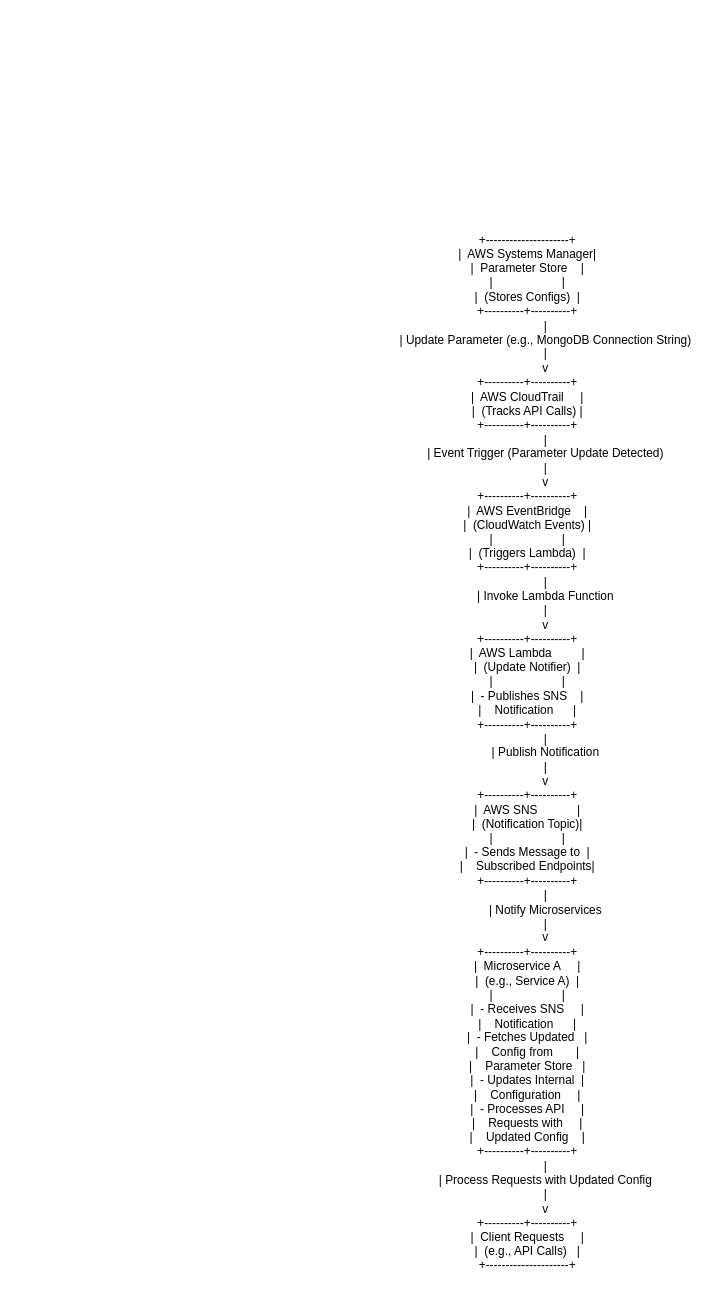
Before: Untitled Diagram.drawio in BikramJagdev/BikramJagdev, a draw.io diagram. Source tidied: cells renumbered, new cells numbered last; positions are measured from the earlier drawing's top-left corner, leaving out a move shared by most shapes. Both pictures are drawn from the tidied source at 99%, with x=0, y=0 at pixel (353, 228).
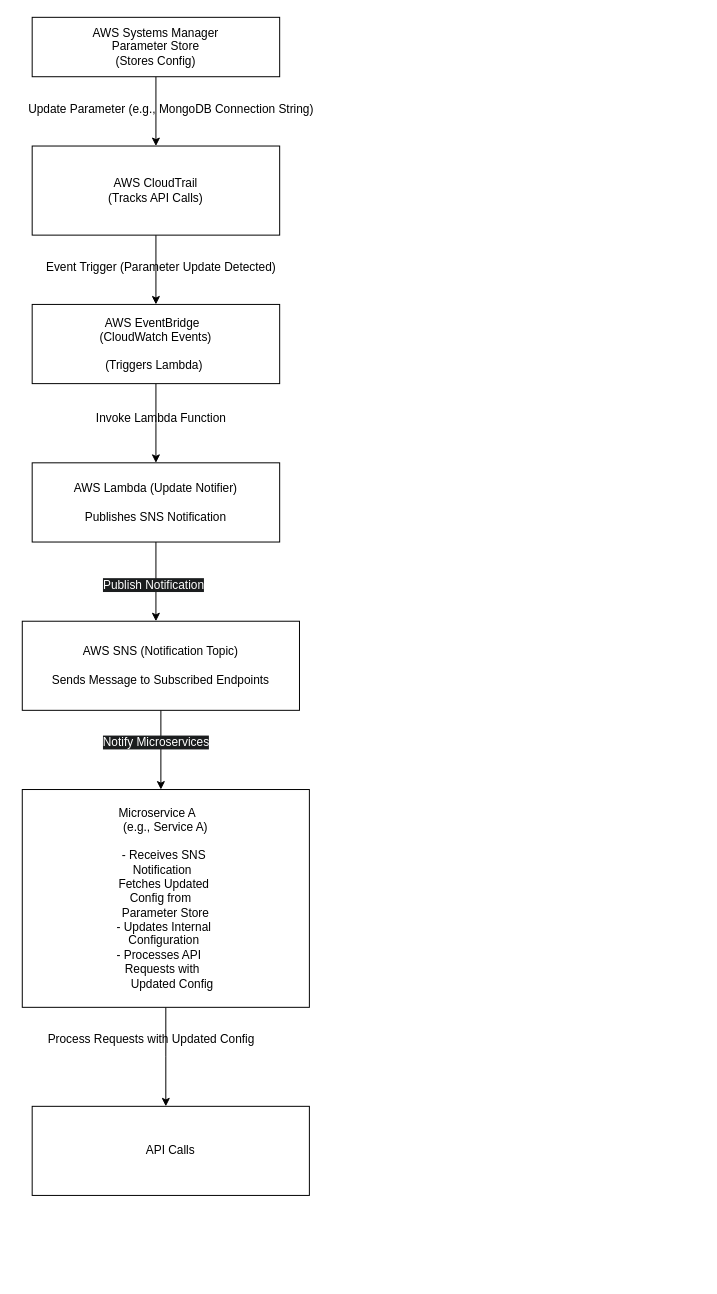
The same page after the edit.

The edit, as a diff of the source:
```diff
@@
-    <mxCell id="2" value="+---------------------+&#10;|  AWS Systems Manager|&#10;|  Parameter Store    |&#10;|                     |&#10;|  (Stores Configs)  |&#10;+----------+----------+&#10;           |&#10;           | Update Parameter (e.g., MongoDB Connection String)&#10;           |&#10;           v&#10;+----------+----------+&#10;|  AWS CloudTrail     |&#10;|  (Tracks API Calls) |&#10;+----------+----------+&#10;           |&#10;           | Event Trigger (Parameter Update Detected)&#10;           |&#10;           v&#10;+----------+----------+&#10;|  AWS EventBridge    |&#10;|  (CloudWatch Events) |&#10;|                     |&#10;|  (Triggers Lambda)  |&#10;+----------+----------+&#10;           |&#10;           | Invoke Lambda Function&#10;           |&#10;           v&#10;+----------+----------+&#10;|  AWS Lambda         |&#10;|  (Update Notifier)  |&#10;|                     |&#10;|  - Publishes SNS    |&#10;|    Notification      |&#10;+----------+----------+&#10;           |&#10;           | Publish Notification&#10;           |&#10;           v&#10;+----------+----------+&#10;|  AWS SNS            |&#10;|  (Notification Topic)|&#10;|                     |&#10;|  - Sends Message to  |&#10;|    Subscribed Endpoints|&#10;+----------+----------+&#10;           |&#10;           | Notify Microservices&#10;           |&#10;           v&#10;+----------+----------+&#10;|  Microservice A     |&#10;|  (e.g., Service A)  |&#10;|                     |&#10;|  - Receives SNS     |&#10;|    Notification      |&#10;|  - Fetches Updated   |&#10;|    Config from       |&#10;|    Parameter Store   |&#10;|  - Updates Internal  |&#10;|    Configuration     |&#10;|  - Processes API     |&#10;|    Requests with     |&#10;|    Updated Config    |&#10;+----------+----------+&#10;           |&#10;           | Process Requests with Updated Config&#10;           |&#10;           v&#10;+----------+----------+&#10;|  Client Requests     |&#10;|  (e.g., API Calls)   |&#10;+---------------------+" style="text;html=1;align=center;verticalAlign=middle;strokeColor=none;fillColor=none;" parent="1" vertex="1">
-      <mxGeometry width="350" height="1060" as="geometry" />
-    </mxCell>
+    <mxCell id="3" style="edgeStyle=orthogonalEdgeStyle;rounded=0;jettySize=auto;html=1;" parent="1" edge="1" source="4" target="6">
+      <mxGeometry relative="1" as="geometry" />
+    </mxCell>
+    <mxCell id="4" value="&lt;span style=&quot;text-wrap-mode: nowrap;&quot;&gt;AWS Systems Manager&lt;/span&gt;&lt;div&gt;&lt;span style=&quot;text-wrap-mode: nowrap;&quot;&gt;Parameter Store&lt;br&gt;(Stores Config)&lt;/span&gt;&lt;/div&gt;" style="rounded=0;whiteSpace=wrap;html=1;" parent="1" vertex="1">
+      <mxGeometry x="-325" y="-213" width="250" height="60" as="geometry" />
+    </mxCell>
+    <mxCell id="5" style="edgeStyle=orthogonalEdgeStyle;rounded=0;jettySize=auto;html=1;" parent="1" edge="1" source="6">
+      <mxGeometry relative="1" as="geometry">
+        <mxPoint x="-200" y="77" as="targetPoint" />
+      </mxGeometry>
+    </mxCell>
+    <mxCell id="6" value="AWS CloudTrail&lt;div&gt;(Tracks API Calls)&lt;/div&gt;" style="rounded=0;whiteSpace=wrap;html=1;" parent="1" vertex="1">
+      <mxGeometry x="-325" y="-83" width="250" height="90" as="geometry" />
+    </mxCell>
+    <mxCell id="7" value="Update Parameter (e.g., MongoDB Connection String)" style="text;html=1;align=center;verticalAlign=middle;strokeColor=none;fillColor=none;" parent="1" vertex="1">
+      <mxGeometry x="-340" y="-135" width="310" height="30" as="geometry" />
+    </mxCell>
+    <mxCell id="8" style="edgeStyle=orthogonalEdgeStyle;rounded=0;jettySize=auto;html=1;exitX=0.5;exitY=1;exitDx=0;exitDy=0;" parent="1" edge="1" source="9">
+      <mxGeometry relative="1" as="geometry">
+        <mxPoint x="-200" y="237" as="targetPoint" />
+      </mxGeometry>
+    </mxCell>
+    <mxCell id="9" value="&lt;span style=&quot;text-wrap-mode: nowrap;&quot;&gt;&amp;nbsp;AWS EventBridge&amp;nbsp; &amp;nbsp;&lt;/span&gt;&lt;br style=&quot;text-wrap-mode: nowrap;&quot;&gt;&lt;span style=&quot;text-wrap-mode: nowrap;&quot;&gt;&amp;nbsp;(CloudWatch Events)&amp;nbsp;&lt;/span&gt;&lt;br style=&quot;text-wrap-mode: nowrap;&quot;&gt;&lt;span style=&quot;text-wrap-mode: nowrap;&quot;&gt;&amp;nbsp; &amp;nbsp; &amp;nbsp; &amp;nbsp; &amp;nbsp; &amp;nbsp; &amp;nbsp; &amp;nbsp; &amp;nbsp; &amp;nbsp; &amp;nbsp;&lt;/span&gt;&lt;br style=&quot;text-wrap-mode: nowrap;&quot;&gt;&lt;span style=&quot;text-wrap-mode: nowrap;&quot;&gt;(Triggers Lambda)&amp;nbsp;&lt;/span&gt;" style="rounded=0;whiteSpace=wrap;html=1;" parent="1" vertex="1">
+      <mxGeometry x="-325" y="77" width="250" height="80" as="geometry" />
+    </mxCell>
+    <mxCell id="10" value="Event Trigger (Parameter Update Detected)" style="text;html=1;align=center;verticalAlign=middle;strokeColor=none;fillColor=none;" parent="1" vertex="1">
+      <mxGeometry x="-325" y="25" width="260" height="30" as="geometry" />
+    </mxCell>
+    <mxCell id="11" value="Invoke Lambda Function" style="text;html=1;align=center;verticalAlign=middle;strokeColor=none;fillColor=none;" parent="1" vertex="1">
+      <mxGeometry x="-270" y="177" width="150" height="30" as="geometry" />
+    </mxCell>
+    <mxCell id="12" style="edgeStyle=orthogonalEdgeStyle;rounded=0;jettySize=auto;html=1;exitX=0.5;exitY=1;exitDx=0;exitDy=0;" parent="1" edge="1" source="13">
+      <mxGeometry relative="1" as="geometry">
+        <mxPoint x="-200" y="397" as="targetPoint" />
+      </mxGeometry>
+    </mxCell>
+    <mxCell id="13" value="AWS Lambda (Update Notifier)&lt;br&gt;&lt;br&gt;Publishes SNS Notification" style="rounded=0;whiteSpace=wrap;html=1;" parent="1" vertex="1">
+      <mxGeometry x="-325" y="237" width="250" height="80" as="geometry" />
+    </mxCell>
+    <mxCell id="14" style="edgeStyle=orthogonalEdgeStyle;rounded=0;jettySize=auto;html=1;exitX=0.5;exitY=1;exitDx=0;exitDy=0;" parent="1" edge="1" source="15">
+      <mxGeometry relative="1" as="geometry">
+        <mxPoint x="-195" y="567" as="targetPoint" />
+      </mxGeometry>
+    </mxCell>
+    <mxCell id="15" value="AWS SNS (Notification Topic)&lt;br&gt;&lt;br&gt;&lt;div&gt;Sends Message to Subscribed Endpoints&lt;/div&gt;" style="rounded=0;whiteSpace=wrap;html=1;" parent="1" vertex="1">
+      <mxGeometry x="-335" y="397" width="280" height="90" as="geometry" />
+    </mxCell>
+    <mxCell id="16" value="&lt;span style=&quot;color: rgb(255, 255, 255); font-family: Helvetica; font-size: 12px; font-style: normal; font-variant-ligatures: normal; font-variant-caps: normal; font-weight: 400; letter-spacing: normal; orphans: 2; text-align: center; text-indent: 0px; text-transform: none; widows: 2; word-spacing: 0px; -webkit-text-stroke-width: 0px; white-space: nowrap; background-color: rgb(27, 29, 30); text-decoration-thickness: initial; text-decoration-style: initial; text-decoration-color: initial; display: inline !important; float: none;&quot;&gt;Publish Notification&lt;/span&gt;" style="text;whiteSpace=wrap;html=1;" parent="1" vertex="1">
+      <mxGeometry x="-255" y="347" width="140" height="40" as="geometry" />
+    </mxCell>
+    <mxCell id="17" value="&#10;&lt;span style=&quot;color: rgb(255, 255, 255); font-family: Helvetica; font-size: 12px; font-style: normal; font-variant-ligatures: normal; font-variant-caps: normal; font-weight: 400; letter-spacing: normal; orphans: 2; text-align: center; text-indent: 0px; text-transform: none; widows: 2; word-spacing: 0px; -webkit-text-stroke-width: 0px; white-space: nowrap; background-color: rgb(27, 29, 30); text-decoration-thickness: initial; text-decoration-style: initial; text-decoration-color: initial; display: inline !important; float: none;&quot;&gt;Notify Microservices&lt;/span&gt;&#10;&#10;" style="text;html=1;align=center;verticalAlign=middle;strokeColor=none;fillColor=none;" parent="1" vertex="1">
+      <mxGeometry x="-265" y="497" width="130" height="60" as="geometry" />
+    </mxCell>
+    <mxCell id="18" style="edgeStyle=orthogonalEdgeStyle;rounded=0;jettySize=auto;html=1;" parent="1" edge="1" source="19">
+      <mxGeometry relative="1" as="geometry">
+        <mxPoint x="-190" y="887" as="targetPoint" />
+      </mxGeometry>
+    </mxCell>
+    <mxCell id="19" value="&lt;span style=&quot;text-wrap-mode: nowrap;&quot;&gt;Microservice A&amp;nbsp; &amp;nbsp; &amp;nbsp;&lt;/span&gt;&lt;br style=&quot;text-wrap-mode: nowrap;&quot;&gt;&lt;span style=&quot;text-wrap-mode: nowrap;&quot;&gt;&amp;nbsp; (e.g., Service A)&amp;nbsp;&amp;nbsp;&lt;/span&gt;&lt;br style=&quot;text-wrap-mode: nowrap;&quot;&gt;&lt;span style=&quot;text-wrap-mode: nowrap;&quot;&gt;&amp;nbsp; &amp;nbsp; &amp;nbsp; &amp;nbsp; &amp;nbsp; &amp;nbsp; &amp;nbsp; &amp;nbsp; &amp;nbsp; &amp;nbsp; &amp;nbsp;&lt;/span&gt;&lt;br style=&quot;text-wrap-mode: nowrap;&quot;&gt;&lt;span style=&quot;text-wrap-mode: nowrap;&quot;&gt;&amp;nbsp; - Receives SNS&amp;nbsp; &amp;nbsp;&lt;/span&gt;&lt;br style=&quot;text-wrap-mode: nowrap;&quot;&gt;&lt;span style=&quot;text-wrap-mode: nowrap;&quot;&gt;&amp;nbsp; &amp;nbsp; Notification&amp;nbsp; &amp;nbsp; &amp;nbsp;&amp;nbsp;&lt;/span&gt;&lt;br style=&quot;text-wrap-mode: nowrap;&quot;&gt;&lt;span style=&quot;text-wrap-mode: nowrap;&quot;&gt;&amp;nbsp;Fetches Updated&amp;nbsp;&amp;nbsp;&lt;/span&gt;&lt;br style=&quot;text-wrap-mode: nowrap;&quot;&gt;&lt;span style=&quot;text-wrap-mode: nowrap;&quot;&gt;&amp;nbsp; &amp;nbsp; Config from&amp;nbsp; &amp;nbsp; &amp;nbsp; &amp;nbsp;&lt;/span&gt;&lt;br style=&quot;text-wrap-mode: nowrap;&quot;&gt;&lt;span style=&quot;text-wrap-mode: nowrap;&quot;&gt;&amp;nbsp; &amp;nbsp;Parameter Store&amp;nbsp; &amp;nbsp;&lt;/span&gt;&lt;br style=&quot;text-wrap-mode: nowrap;&quot;&gt;&lt;span style=&quot;text-wrap-mode: nowrap;&quot;&gt;&amp;nbsp;- Updates Internal&amp;nbsp;&amp;nbsp;&lt;/span&gt;&lt;br style=&quot;text-wrap-mode: nowrap;&quot;&gt;&lt;span style=&quot;text-wrap-mode: nowrap;&quot;&gt;&amp;nbsp; &amp;nbsp; Configuration&amp;nbsp; &amp;nbsp; &amp;nbsp;&lt;/span&gt;&lt;br style=&quot;text-wrap-mode: nowrap;&quot;&gt;&lt;span style=&quot;text-wrap-mode: nowrap;&quot;&gt;&amp;nbsp;- Processes API&amp;nbsp; &amp;nbsp; &amp;nbsp;&lt;/span&gt;&lt;br style=&quot;text-wrap-mode: nowrap;&quot;&gt;&lt;span style=&quot;text-wrap-mode: nowrap;&quot;&gt;&amp;nbsp; &amp;nbsp;Requests with&amp;nbsp; &amp;nbsp; &amp;nbsp;&lt;/span&gt;&lt;br style=&quot;text-wrap-mode: nowrap;&quot;&gt;&lt;span style=&quot;text-wrap-mode: nowrap;&quot;&gt;&amp;nbsp; &amp;nbsp; Updated Config&lt;/span&gt;" style="rounded=0;whiteSpace=wrap;html=1;" parent="1" vertex="1">
+      <mxGeometry x="-335" y="567" width="290" height="220" as="geometry" />
+    </mxCell>
+    <mxCell id="20" value="Process Requests with Updated Config" style="text;html=1;align=center;verticalAlign=middle;strokeColor=none;fillColor=none;" parent="1" vertex="1">
+      <mxGeometry x="-320" y="805" width="230" height="30" as="geometry" />
+    </mxCell>
+    <mxCell id="21" value="API Calls" style="rounded=0;whiteSpace=wrap;html=1;" parent="1" vertex="1">
+      <mxGeometry x="-325" y="887" width="280" height="90" as="geometry" />
+    </mxCell>
```
